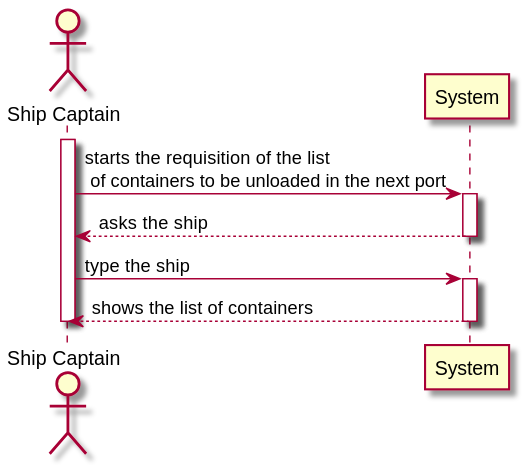
Earlier version of the PlantUML export docs/US205/US205_SSD.svg (0franciscor/lapr3-2021-g042).
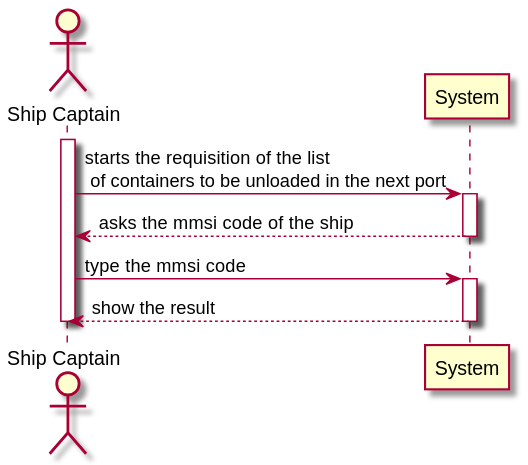
The same diagram one commit later.

What changed in the source:
```diff
@@ -5,12 +5,12 @@
 activate SC
 SC -> SY : starts the requisition of the list \n of containers to be unloaded in the next port
 activate SY
-SY --> SC : asks the ship
+SY --> SC : asks the mmsi code of the ship
 deactivate SY
-SC -> SY : type the ship
+SC -> SY : type the mmsi code
 
 activate SY
-SY-->SC : shows the list of containers
+SY-->SC : show the result
 deactivate SY
 deactivate SC
 @enduml
```
